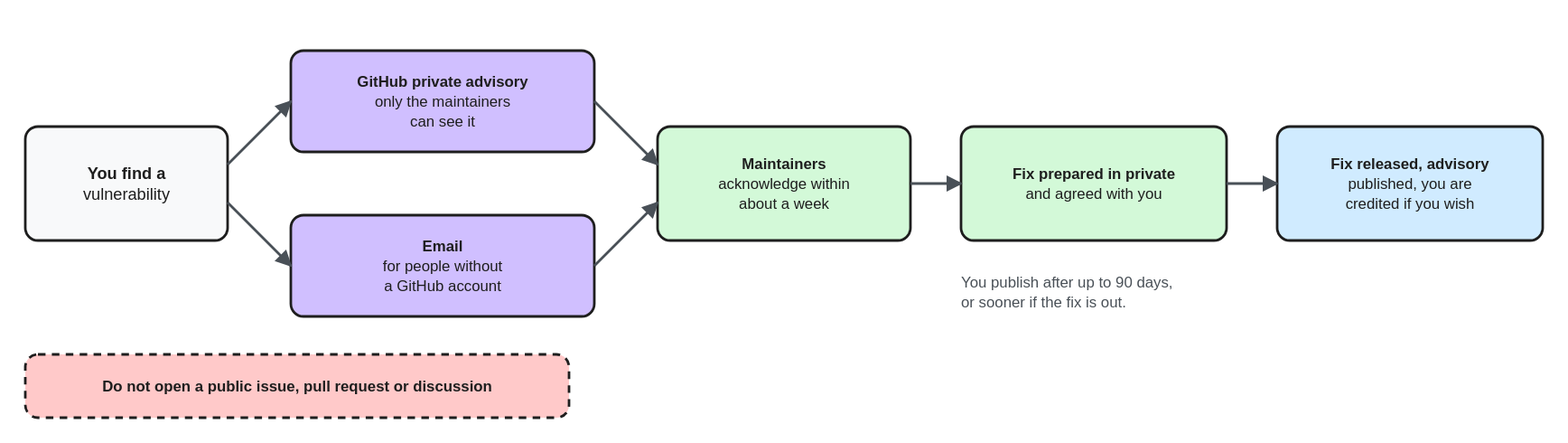
Above: docs/assets/diagrams/vulnerability-report.excalidraw.svg in we-apranik/apranik (Excalidraw), before the change. Source tidied: one line per element, renumbered; positions are measured from the earlier drawing's top-left corner, leaving out a move shared by most shapes. Source of this version:
```json
{"id": 0, "type": "rectangle", "strokeColor": "#1e1e1e", "backgroundColor": "#f8f9fa", "fillStyle": "solid", "strokeWidth": 2, "roughness": 0, "round": true, "x": 0, "y": 60, "width": 160, "height": 90}
{"id": 1, "type": "text", "text": "You find a\nvulnerability", "strokeColor": "#1e1e1e", "strokeWidth": 2, "roughness": 0, "fontSize": 13, "fontFamily": 2, "textAlign": "center", "verticalAlign": "middle", "inside": 0, "x": 0, "y": 89, "width": 160, "height": 32}
{"id": 2, "type": "rectangle", "strokeColor": "#1e1e1e", "backgroundColor": "#d0bfff", "fillStyle": "solid", "strokeWidth": 2, "roughness": 0, "round": true, "x": 210, "y": 0, "width": 240, "height": 80}
{"id": 3, "type": "text", "text": "GitHub private advisory\nonly the maintainers\ncan see it", "strokeColor": "#1e1e1e", "strokeWidth": 2, "roughness": 0, "fontSize": 12, "fontFamily": 2, "textAlign": "center", "verticalAlign": "middle", "inside": 2, "x": 210, "y": 18, "width": 240, "height": 45}
{"id": 4, "type": "rectangle", "strokeColor": "#1e1e1e", "backgroundColor": "#d0bfff", "fillStyle": "solid", "strokeWidth": 2, "roughness": 0, "round": true, "x": 210, "y": 130, "width": 240, "height": 80}
{"id": 5, "type": "text", "text": "Email\nfor people without\na GitHub account", "strokeColor": "#1e1e1e", "strokeWidth": 2, "roughness": 0, "fontSize": 12, "fontFamily": 2, "textAlign": "center", "verticalAlign": "middle", "inside": 4, "x": 210, "y": 148, "width": 240, "height": 45}
{"id": 6, "type": "rectangle", "strokeColor": "#1e1e1e", "backgroundColor": "#d3f9d8", "fillStyle": "solid", "strokeWidth": 2, "roughness": 0, "round": true, "x": 500, "y": 60, "width": 200, "height": 90}
{"id": 7, "type": "text", "text": "Maintainers\nacknowledge within\nabout a week", "strokeColor": "#1e1e1e", "strokeWidth": 2, "roughness": 0, "fontSize": 12, "fontFamily": 2, "textAlign": "center", "verticalAlign": "middle", "inside": 6, "x": 500, "y": 82, "width": 200, "height": 45}
{"id": 8, "type": "rectangle", "strokeColor": "#1e1e1e", "backgroundColor": "#d3f9d8", "fillStyle": "solid", "strokeWidth": 2, "roughness": 0, "round": true, "x": 740, "y": 60, "width": 210, "height": 90}
{"id": 9, "type": "text", "text": "Fix prepared in private\nand agreed with you", "strokeColor": "#1e1e1e", "strokeWidth": 2, "roughness": 0, "fontSize": 12, "fontFamily": 2, "textAlign": "center", "verticalAlign": "middle", "inside": 8, "x": 740, "y": 90, "width": 210, "height": 30}
{"id": 10, "type": "rectangle", "strokeColor": "#1e1e1e", "backgroundColor": "#d0ebff", "fillStyle": "solid", "strokeWidth": 2, "roughness": 0, "round": true, "x": 990, "y": 60, "width": 210, "height": 90}
{"id": 11, "type": "text", "text": "Fix released, advisory\npublished, you are\ncredited if you wish", "strokeColor": "#1e1e1e", "strokeWidth": 2, "roughness": 0, "fontSize": 12, "fontFamily": 2, "textAlign": "center", "verticalAlign": "middle", "inside": 10, "x": 990, "y": 82, "width": 210, "height": 45}
{"id": 12, "type": "arrow", "strokeColor": "#495057", "strokeWidth": 2, "roughness": 0, "endArrowhead": "arrow", "from": 0, "to": 2, "x": 160, "y": 90, "width": 50, "height": 50, "points": [[0, 0], [50, -50]]}
{"id": 13, "type": "arrow", "strokeColor": "#495057", "strokeWidth": 2, "roughness": 0, "endArrowhead": "arrow", "from": 0, "to": 4, "x": 160, "y": 120, "width": 50, "height": 50, "points": [[0, 0], [50, 50]]}
{"id": 14, "type": "arrow", "strokeColor": "#495057", "strokeWidth": 2, "roughness": 0, "endArrowhead": "arrow", "from": 2, "to": 6, "x": 450, "y": 40, "width": 50, "height": 50, "points": [[0, 0], [50, 50]]}
{"id": 15, "type": "arrow", "strokeColor": "#495057", "strokeWidth": 2, "roughness": 0, "endArrowhead": "arrow", "from": 4, "to": 6, "x": 450, "y": 170, "width": 50, "height": 50, "points": [[0, 0], [50, -50]]}
{"id": 16, "type": "arrow", "strokeColor": "#495057", "strokeWidth": 2, "roughness": 0, "endArrowhead": "arrow", "from": 6, "to": 8, "x": 700, "y": 105, "width": 40, "height": 0, "points": [[0, 0], [40, 0]]}
{"id": 17, "type": "arrow", "strokeColor": "#495057", "strokeWidth": 2, "roughness": 0, "endArrowhead": "arrow", "from": 8, "to": 10, "x": 950, "y": 105, "width": 40, "height": 0, "points": [[0, 0], [40, 0]]}
{"id": 18, "type": "rectangle", "strokeColor": "#1e1e1e", "backgroundColor": "#ffc9c9", "fillStyle": "solid", "strokeWidth": 2, "strokeStyle": "dashed", "roughness": 0, "round": true, "x": 0, "y": 240, "width": 430, "height": 50}
{"id": 19, "type": "text", "text": "Do not open a public issue, pull request or discussion", "strokeColor": "#1e1e1e", "strokeWidth": 2, "roughness": 0, "fontSize": 12, "fontFamily": 2, "textAlign": "center", "verticalAlign": "middle", "inside": 18, "x": 0, "y": 258, "width": 430, "height": 15}
{"id": 20, "type": "text", "text": "You publish after up to 90 days,\nor sooner if the fix is out.", "strokeColor": "#495057", "strokeWidth": 2, "roughness": 0, "fontSize": 12, "fontFamily": 2, "verticalAlign": "middle", "x": 740, "y": 175, "width": 211, "height": 30}
```
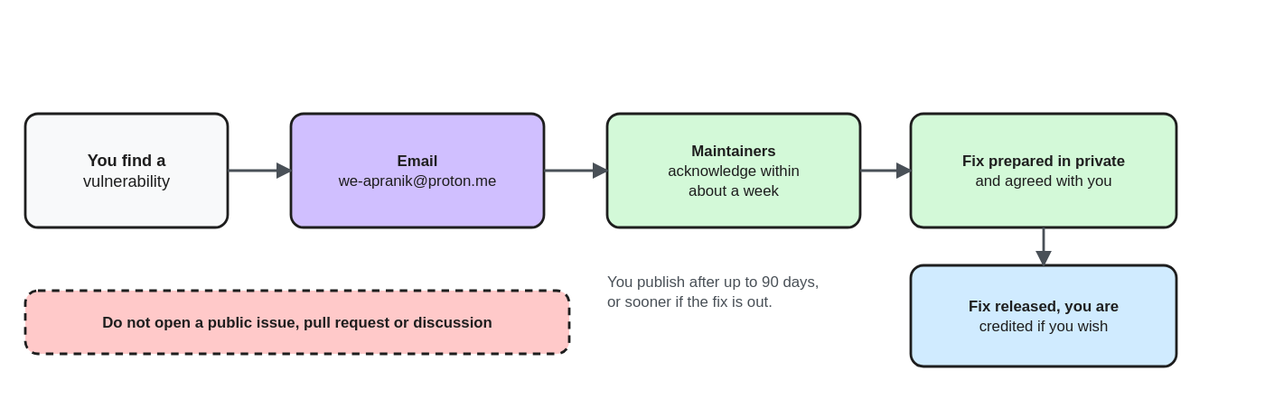
The same diagram one commit later.

Commit message:
Report vulnerabilities by email only

What changed in the source:
```diff
@@ -1,21 +1,17 @@
-{"id": 0, "type": "rectangle", "strokeColor": "#1e1e1e", "backgroundColor": "#f8f9fa", "fillStyle": "solid", "strokeWidth": 2, "roughness": 0, "round": true, "x": 0, "y": 60, "width": 160, "height": 90}
+{"id": 0, "type": "rectangle", "strokeColor": "#1e1e1e", "backgroundColor": "#f8f9fa", "fillStyle": "solid", "strokeWidth": 2, "roughness": 0, "round": true, "x": 0, "y": 50, "width": 160, "height": 90}
-{"id": 1, "type": "text", "text": "You find a\nvulnerability", "strokeColor": "#1e1e1e", "strokeWidth": 2, "roughness": 0, "fontSize": 13, "fontFamily": 2, "textAlign": "center", "verticalAlign": "middle", "inside": 0, "x": 0, "y": 89, "width": 160, "height": 32}
+{"id": 1, "type": "text", "text": "You find a\nvulnerability", "strokeColor": "#1e1e1e", "strokeWidth": 2, "roughness": 0, "fontSize": 13, "fontFamily": 2, "textAlign": "center", "verticalAlign": "middle", "inside": 0, "x": 0, "y": 79, "width": 160, "height": 32}
-{"id": 2, "type": "rectangle", "strokeColor": "#1e1e1e", "backgroundColor": "#d0bfff", "fillStyle": "solid", "strokeWidth": 2, "roughness": 0, "round": true, "x": 210, "y": 0, "width": 240, "height": 80}
-{"id": 3, "type": "text", "text": "GitHub private advisory\nonly the maintainers\ncan see it", "strokeColor": "#1e1e1e", "strokeWidth": 2, "roughness": 0, "fontSize": 12, "fontFamily": 2, "textAlign": "center", "verticalAlign": "middle", "inside": 2, "x": 210, "y": 18, "width": 240, "height": 45}
-{"id": 4, "type": "rectangle", "strokeColor": "#1e1e1e", "backgroundColor": "#d0bfff", "fillStyle": "solid", "strokeWidth": 2, "roughness": 0, "round": true, "x": 210, "y": 130, "width": 240, "height": 80}
-{"id": 5, "type": "text", "text": "Email\nfor people without\na GitHub account", "strokeColor": "#1e1e1e", "strokeWidth": 2, "roughness": 0, "fontSize": 12, "fontFamily": 2, "textAlign": "center", "verticalAlign": "middle", "inside": 4, "x": 210, "y": 148, "width": 240, "height": 45}
+{"id": 21, "type": "rectangle", "strokeColor": "#1e1e1e", "backgroundColor": "#d0bfff", "fillStyle": "solid", "strokeWidth": 2, "roughness": 0, "round": true, "x": 210, "y": 50, "width": 200, "height": 90}
+{"id": 22, "type": "text", "text": "Email\nwe-apranik@proton.me", "strokeColor": "#1e1e1e", "strokeWidth": 2, "roughness": 0, "fontSize": 12, "fontFamily": 2, "textAlign": "center", "verticalAlign": "middle", "inside": 21, "x": 210, "y": 80, "width": 200, "height": 30}
-{"id": 6, "type": "rectangle", "strokeColor": "#1e1e1e", "backgroundColor": "#d3f9d8", "fillStyle": "solid", "strokeWidth": 2, "roughness": 0, "round": true, "x": 500, "y": 60, "width": 200, "height": 90}
+{"id": 6, "type": "rectangle", "strokeColor": "#1e1e1e", "backgroundColor": "#d3f9d8", "fillStyle": "solid", "strokeWidth": 2, "roughness": 0, "round": true, "x": 460, "y": 50, "width": 200, "height": 90}
-{"id": 7, "type": "text", "text": "Maintainers\nacknowledge within\nabout a week", "strokeColor": "#1e1e1e", "strokeWidth": 2, "roughness": 0, "fontSize": 12, "fontFamily": 2, "textAlign": "center", "verticalAlign": "middle", "inside": 6, "x": 500, "y": 82, "width": 200, "height": 45}
+{"id": 7, "type": "text", "text": "Maintainers\nacknowledge within\nabout a week", "strokeColor": "#1e1e1e", "strokeWidth": 2, "roughness": 0, "fontSize": 12, "fontFamily": 2, "textAlign": "center", "verticalAlign": "middle", "inside": 6, "x": 460, "y": 72, "width": 200, "height": 45}
-{"id": 8, "type": "rectangle", "strokeColor": "#1e1e1e", "backgroundColor": "#d3f9d8", "fillStyle": "solid", "strokeWidth": 2, "roughness": 0, "round": true, "x": 740, "y": 60, "width": 210, "height": 90}
+{"id": 8, "type": "rectangle", "strokeColor": "#1e1e1e", "backgroundColor": "#d3f9d8", "fillStyle": "solid", "strokeWidth": 2, "roughness": 0, "round": true, "x": 700, "y": 50, "width": 210, "height": 90}
-{"id": 9, "type": "text", "text": "Fix prepared in private\nand agreed with you", "strokeColor": "#1e1e1e", "strokeWidth": 2, "roughness": 0, "fontSize": 12, "fontFamily": 2, "textAlign": "center", "verticalAlign": "middle", "inside": 8, "x": 740, "y": 90, "width": 210, "height": 30}
+{"id": 9, "type": "text", "text": "Fix prepared in private\nand agreed with you", "strokeColor": "#1e1e1e", "strokeWidth": 2, "roughness": 0, "fontSize": 12, "fontFamily": 2, "textAlign": "center", "verticalAlign": "middle", "inside": 8, "x": 700, "y": 80, "width": 210, "height": 30}
-{"id": 10, "type": "rectangle", "strokeColor": "#1e1e1e", "backgroundColor": "#d0ebff", "fillStyle": "solid", "strokeWidth": 2, "roughness": 0, "round": true, "x": 990, "y": 60, "width": 210, "height": 90}
+{"id": 10, "type": "rectangle", "strokeColor": "#1e1e1e", "backgroundColor": "#d0ebff", "fillStyle": "solid", "strokeWidth": 2, "roughness": 0, "round": true, "x": 700, "y": 170, "width": 210, "height": 80}
-{"id": 11, "type": "text", "text": "Fix released, advisory\npublished, you are\ncredited if you wish", "strokeColor": "#1e1e1e", "strokeWidth": 2, "roughness": 0, "fontSize": 12, "fontFamily": 2, "textAlign": "center", "verticalAlign": "middle", "inside": 10, "x": 990, "y": 82, "width": 210, "height": 45}
+{"id": 11, "type": "text", "text": "Fix released, you are\ncredited if you wish", "strokeColor": "#1e1e1e", "strokeWidth": 2, "roughness": 0, "fontSize": 12, "fontFamily": 2, "textAlign": "center", "verticalAlign": "middle", "inside": 10, "x": 700, "y": 195, "width": 210, "height": 30}
-{"id": 12, "type": "arrow", "strokeColor": "#495057", "strokeWidth": 2, "roughness": 0, "endArrowhead": "arrow", "from": 0, "to": 2, "x": 160, "y": 90, "width": 50, "height": 50, "points": [[0, 0], [50, -50]]}
+{"id": 12, "type": "arrow", "strokeColor": "#495057", "strokeWidth": 2, "roughness": 0, "endArrowhead": "arrow", "from": 0, "to": 21, "x": 160, "y": 95, "width": 50, "height": 0, "points": [[0, 0], [50, 0]]}
-{"id": 13, "type": "arrow", "strokeColor": "#495057", "strokeWidth": 2, "roughness": 0, "endArrowhead": "arrow", "from": 0, "to": 4, "x": 160, "y": 120, "width": 50, "height": 50, "points": [[0, 0], [50, 50]]}
-{"id": 14, "type": "arrow", "strokeColor": "#495057", "strokeWidth": 2, "roughness": 0, "endArrowhead": "arrow", "from": 2, "to": 6, "x": 450, "y": 40, "width": 50, "height": 50, "points": [[0, 0], [50, 50]]}
+{"id": 14, "type": "arrow", "strokeColor": "#495057", "strokeWidth": 2, "roughness": 0, "endArrowhead": "arrow", "from": 21, "to": 6, "x": 410, "y": 95, "width": 50, "height": 0, "points": [[0, 0], [50, 0]]}
-{"id": 15, "type": "arrow", "strokeColor": "#495057", "strokeWidth": 2, "roughness": 0, "endArrowhead": "arrow", "from": 4, "to": 6, "x": 450, "y": 170, "width": 50, "height": 50, "points": [[0, 0], [50, -50]]}
-{"id": 16, "type": "arrow", "strokeColor": "#495057", "strokeWidth": 2, "roughness": 0, "endArrowhead": "arrow", "from": 6, "to": 8, "x": 700, "y": 105, "width": 40, "height": 0, "points": [[0, 0], [40, 0]]}
+{"id": 16, "type": "arrow", "strokeColor": "#495057", "strokeWidth": 2, "roughness": 0, "endArrowhead": "arrow", "from": 6, "to": 8, "x": 660, "y": 95, "width": 40, "height": 0, "points": [[0, 0], [40, 0]]}
-{"id": 17, "type": "arrow", "strokeColor": "#495057", "strokeWidth": 2, "roughness": 0, "endArrowhead": "arrow", "from": 8, "to": 10, "x": 950, "y": 105, "width": 40, "height": 0, "points": [[0, 0], [40, 0]]}
+{"id": 17, "type": "arrow", "strokeColor": "#495057", "strokeWidth": 2, "roughness": 0, "endArrowhead": "arrow", "from": 8, "to": 10, "x": 805, "y": 140, "width": 0, "height": 30, "points": [[0, 0], [0, 30]]}
-{"id": 18, "type": "rectangle", "strokeColor": "#1e1e1e", "backgroundColor": "#ffc9c9", "fillStyle": "solid", "strokeWidth": 2, "strokeStyle": "dashed", "roughness": 0, "round": true, "x": 0, "y": 240, "width": 430, "height": 50}
+{"id": 18, "type": "rectangle", "strokeColor": "#1e1e1e", "backgroundColor": "#ffc9c9", "fillStyle": "solid", "strokeWidth": 2, "strokeStyle": "dashed", "roughness": 0, "round": true, "x": 0, "y": 190, "width": 430, "height": 50}
-{"id": 19, "type": "text", "text": "Do not open a public issue, pull request or discussion", "strokeColor": "#1e1e1e", "strokeWidth": 2, "roughness": 0, "fontSize": 12, "fontFamily": 2, "textAlign": "center", "verticalAlign": "middle", "inside": 18, "x": 0, "y": 258, "width": 430, "height": 15}
+{"id": 19, "type": "text", "text": "Do not open a public issue, pull request or discussion", "strokeColor": "#1e1e1e", "strokeWidth": 2, "roughness": 0, "fontSize": 12, "fontFamily": 2, "textAlign": "center", "verticalAlign": "middle", "inside": 18, "x": 0, "y": 208, "width": 430, "height": 15}
-{"id": 20, "type": "text", "text": "You publish after up to 90 days,\nor sooner if the fix is out.", "strokeColor": "#495057", "strokeWidth": 2, "roughness": 0, "fontSize": 12, "fontFamily": 2, "verticalAlign": "middle", "x": 740, "y": 175, "width": 211, "height": 30}
+{"id": 20, "type": "text", "text": "You publish after up to 90 days,\nor sooner if the fix is out.", "strokeColor": "#495057", "strokeWidth": 2, "roughness": 0, "fontSize": 12, "fontFamily": 2, "verticalAlign": "middle", "x": 460, "y": 175, "width": 211, "height": 30}
```
